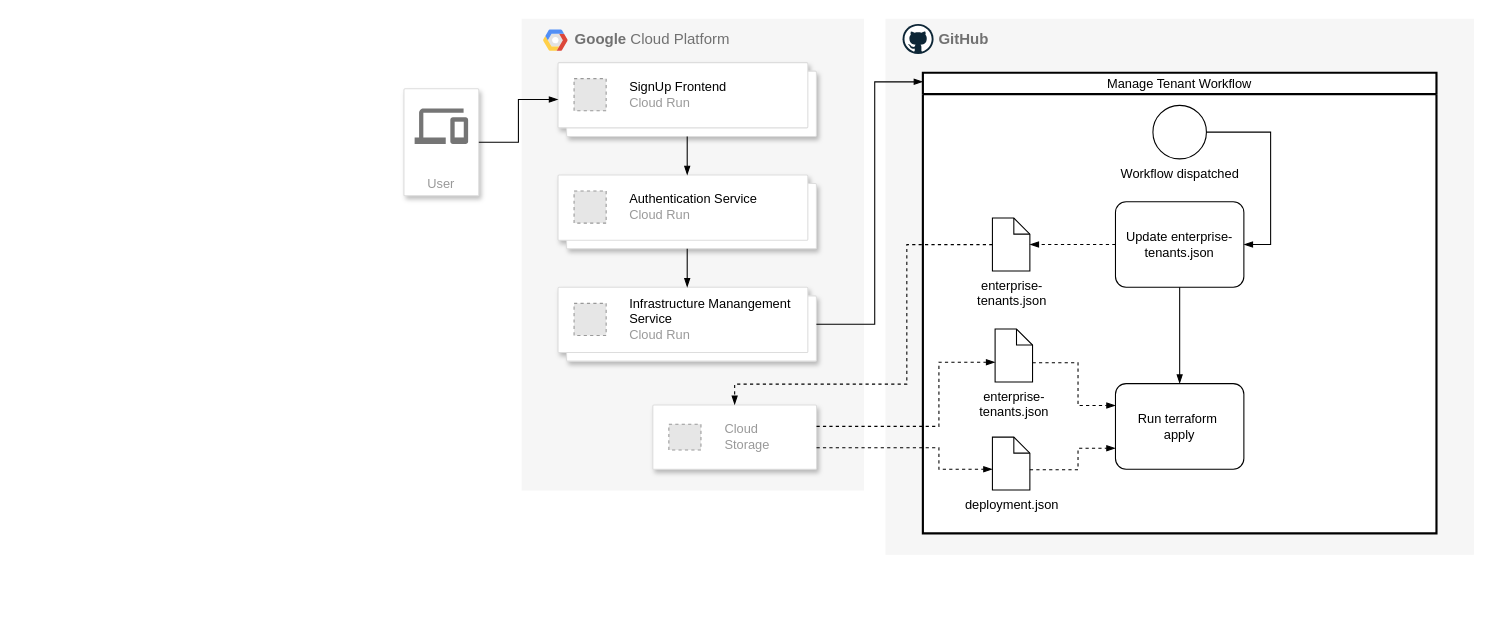
HTWG-Zeugs/park keeps this draw.io diagram as docs/final_submission/resources/createTenant.drawio. Above is the earlier version. Source tidied: cells renumbered, new cells numbered last; positions are measured from the earlier drawing's top-left corner, leaving out a move shared by most shapes. Both pictures are drawn from the tidied source at 107%, with x=0, y=0 at pixel (403, 18). Pictures stored in the file or linked from it are replaced by grey dashed boxes.
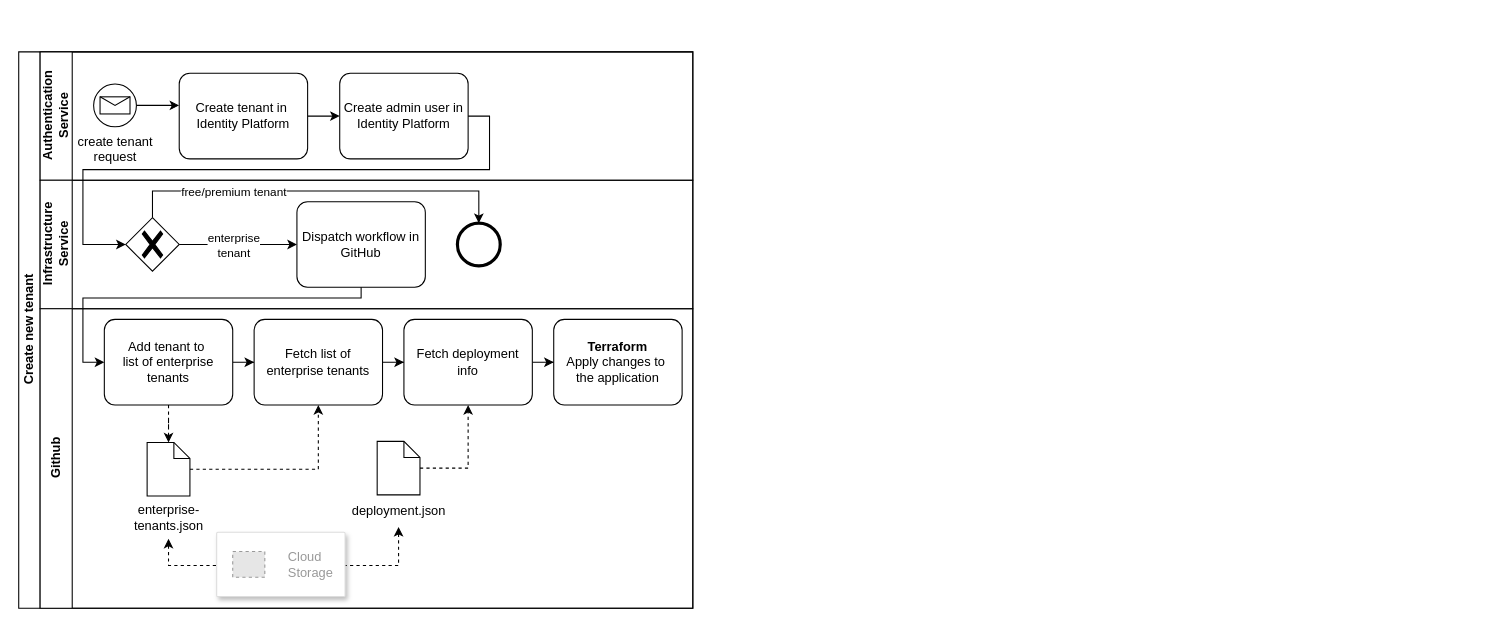
The same page after the edit.

Commit message (it also covers changes not shown here):
continue diagrams

Change to the diagram source:
```diff
@@
-    <mxCell id="2" value="&lt;b&gt;Google &lt;/b&gt;Cloud Platform" style="fillColor=#F6F6F6;strokeColor=none;shadow=0;gradientColor=none;fontSize=14;align=left;spacing=10;fontColor=#717171;9E9E9E;verticalAlign=top;spacingTop=-4;fontStyle=0;spacingLeft=40;html=1;" parent="1" vertex="1">
-      <mxGeometry x="110" width="320" height="441" as="geometry" />
-    </mxCell>
-    <mxCell id="3" style="shape=mxgraph.gcp2.google_cloud_platform;fillColor=#F6F6F6;strokeColor=none;shadow=0;gradientColor=none;" parent="2" vertex="1">
-      <mxGeometry width="23" height="20" relative="1" as="geometry">
-        <mxPoint x="20" y="10" as="offset" />
-      </mxGeometry>
-    </mxCell>
-    <mxCell id="4" style="shape=mxgraph.gcp2.doubleRect;strokeColor=#dddddd;shadow=1;strokeWidth=1;rounded=1;absoluteArcSize=1;arcSize=2;" parent="2" vertex="1">
-      <mxGeometry x="34" y="41" width="241.5" height="69" as="geometry" />
-    </mxCell>
-    <mxCell id="5" value="&lt;font color=&quot;#000000&quot;&gt;SignUp Frontend&lt;/font&gt;&lt;div&gt;Cloud Run&lt;/div&gt;" style="fillColor=#E6E6E6;strokeColor=#999999;dashed=1;html=1;fontColor=#999999;verticalLabelPosition=middle;verticalAlign=middle;labelPosition=right;align=left;spacingLeft=20;" parent="4" vertex="1">
-      <mxGeometry width="30" height="30" relative="1" as="geometry">
-        <mxPoint x="15" y="15" as="offset" />
-      </mxGeometry>
-    </mxCell>
-    <mxCell id="6" style="shape=mxgraph.gcp2.doubleRect;strokeColor=#dddddd;shadow=1;strokeWidth=1;rounded=1;absoluteArcSize=1;arcSize=2;" parent="2" vertex="1">
-      <mxGeometry x="34" y="146" width="241.5" height="69" as="geometry" />
-    </mxCell>
-    <mxCell id="7" value="&lt;font color=&quot;#000000&quot;&gt;Authentication Service&lt;/font&gt;&lt;div&gt;Cloud Run&lt;/div&gt;" style="fillColor=#E6E6E6;strokeColor=#999999;dashed=1;html=1;fontColor=#999999;verticalLabelPosition=middle;verticalAlign=middle;labelPosition=right;align=left;spacingLeft=20;" parent="6" vertex="1">
-      <mxGeometry width="30" height="30" relative="1" as="geometry">
-        <mxPoint x="15" y="15" as="offset" />
-      </mxGeometry>
-    </mxCell>
-    <mxCell id="8" style="edgeStyle=orthogonalEdgeStyle;fontSize=12;html=1;endArrow=blockThin;endFill=1;rounded=0;strokeWidth=1;endSize=6;startSize=6;dashed=0;strokeColor=#000000;" parent="2" edge="1" source="4" target="6">
-      <mxGeometry relative="1" as="geometry" />
-    </mxCell>
-    <mxCell id="9" style="shape=mxgraph.gcp2.doubleRect;strokeColor=#dddddd;shadow=1;strokeWidth=1;rounded=1;absoluteArcSize=1;arcSize=2;" parent="2" vertex="1">
-      <mxGeometry x="34" y="251" width="241.5" height="69" as="geometry" />
-    </mxCell>
-    <mxCell id="10" value="&lt;font color=&quot;#000000&quot;&gt;Infrastructure Manangement&lt;/font&gt;&lt;div&gt;&lt;font color=&quot;#000000&quot;&gt;Service&lt;/font&gt;&lt;div&gt;Cloud Run&lt;/div&gt;&lt;/div&gt;" style="fillColor=#E6E6E6;strokeColor=#999999;dashed=1;html=1;fontColor=#999999;verticalLabelPosition=middle;verticalAlign=middle;labelPosition=right;align=left;spacingLeft=20;" parent="9" vertex="1">
-      <mxGeometry width="30" height="30" relative="1" as="geometry">
-        <mxPoint x="15" y="15" as="offset" />
-      </mxGeometry>
-    </mxCell>
-    <mxCell id="11" style="edgeStyle=orthogonalEdgeStyle;fontSize=12;html=1;endArrow=blockThin;endFill=1;rounded=0;strokeWidth=1;endSize=6;startSize=6;dashed=0;strokeColor=#000000;" parent="2" edge="1" source="6" target="9">
-      <mxGeometry relative="1" as="geometry" />
-    </mxCell>
-    <mxCell id="12" style="strokeColor=#dddddd;shadow=1;strokeWidth=1;rounded=1;absoluteArcSize=1;arcSize=2;" parent="2" vertex="1">
-      <mxGeometry x="122.6" y="361" width="153" height="60" as="geometry" />
-    </mxCell>
+    <mxCell id="35" value="Create new tenant" style="swimlane;html=1;horizontal=0;startSize=20;" parent="1" vertex="1">
+      <mxGeometry x="-360" y="31" width="630" height="520" as="geometry" />
+    </mxCell>
+    <mxCell id="36" value="Authentication&lt;div&gt;Service&lt;/div&gt;" style="swimlane;html=1;startSize=30;horizontal=0;labelBackgroundColor=none;" parent="35" vertex="1">
+      <mxGeometry x="20" width="610" height="120" as="geometry" />
+    </mxCell>
+    <mxCell id="37" style="edgeStyle=orthogonalEdgeStyle;rounded=0;jettySize=auto;html=1;" parent="36" edge="1" source="38" target="40">
+      <mxGeometry relative="1" as="geometry">
+        <Array as="points">
+          <mxPoint x="120" y="50" />
+          <mxPoint x="120" y="50" />
+        </Array>
+      </mxGeometry>
+    </mxCell>
+    <mxCell id="38" value="&lt;span&gt;create tenant&lt;/span&gt;&lt;div&gt;&lt;span&gt;request&lt;/span&gt;&lt;/div&gt;" style="points=[[0.145,0.145,0],[0.5,0,0],[0.855,0.145,0],[1,0.5,0],[0.855,0.855,0],[0.5,1,0],[0.145,0.855,0],[0,0.5,0]];shape=mxgraph.bpmn.event;html=1;verticalLabelPosition=bottom;labelBackgroundColor=#ffffff;verticalAlign=top;align=center;perimeter=ellipsePerimeter;outlineConnect=0;outline=standard;symbol=message;" parent="36" vertex="1">
+      <mxGeometry x="50" y="30" width="40" height="40" as="geometry" />
+    </mxCell>
+    <mxCell id="39" style="edgeStyle=orthogonalEdgeStyle;rounded=0;jettySize=auto;html=1;" parent="36" edge="1" source="40" target="41">
+      <mxGeometry relative="1" as="geometry" />
+    </mxCell>
+    <mxCell id="40" value="Create tenant in&amp;nbsp;&lt;div&gt;Identity Platform&lt;/div&gt;" style="points=[[0.25,0,0],[0.5,0,0],[0.75,0,0],[1,0.25,0],[1,0.5,0],[1,0.75,0],[0.75,1,0],[0.5,1,0],[0.25,1,0],[0,0.75,0],[0,0.5,0],[0,0.25,0]];shape=mxgraph.bpmn.task;whiteSpace=wrap;rectStyle=rounded;size=10;html=1;taskMarker=abstract;" parent="36" vertex="1">
+      <mxGeometry x="130" y="20" width="120" height="80" as="geometry" />
+    </mxCell>
+    <mxCell id="41" value="Create admin user in Identity Platform" style="points=[[0.25,0,0],[0.5,0,0],[0.75,0,0],[1,0.25,0],[1,0.5,0],[1,0.75,0],[0.75,1,0],[0.5,1,0],[0.25,1,0],[0,0.75,0],[0,0.5,0],[0,0.25,0]];shape=mxgraph.bpmn.task;whiteSpace=wrap;rectStyle=rounded;size=10;html=1;taskMarker=abstract;" parent="36" vertex="1">
+      <mxGeometry x="280" y="20" width="120" height="80" as="geometry" />
+    </mxCell>
+    <mxCell id="42" value="Infrastructure&lt;div&gt;Service&lt;/div&gt;" style="swimlane;html=1;startSize=30;horizontal=0;" parent="35" vertex="1">
+      <mxGeometry x="20" y="120" width="610" height="120" as="geometry" />
+    </mxCell>
+    <mxCell id="43" value="Dispatch workflow in GitHub" style="points=[[0.25,0,0],[0.5,0,0],[0.75,0,0],[1,0.25,0],[1,0.5,0],[1,0.75,0],[0.75,1,0],[0.5,1,0],[0.25,1,0],[0,0.75,0],[0,0.5,0],[0,0.25,0]];shape=mxgraph.bpmn.task;whiteSpace=wrap;rectStyle=rounded;size=10;html=1;taskMarker=abstract;" parent="42" vertex="1">
+      <mxGeometry x="240" y="20" width="120" height="80" as="geometry" />
+    </mxCell>
+    <mxCell id="44" style="edgeStyle=orthogonalEdgeStyle;rounded=0;jettySize=auto;html=1;" parent="42" edge="1" source="48" target="43">
+      <mxGeometry relative="1" as="geometry" />
+    </mxCell>
+    <mxCell id="45" value="enterprise&lt;div&gt;tenant&lt;/div&gt;" style="edgeLabel;html=1;align=center;verticalAlign=middle;" parent="44" vertex="1">
+      <mxGeometry x="-0.13" y="-2" relative="1" as="geometry">
+        <mxPoint x="2" y="-2" as="offset" />
+      </mxGeometry>
+    </mxCell>
+    <mxCell id="46" style="edgeStyle=orthogonalEdgeStyle;rounded=0;jettySize=auto;html=1;" parent="42" edge="1" source="48" target="49">
+      <mxGeometry relative="1" as="geometry">
+        <Array as="points">
+          <mxPoint x="105" y="10" />
+          <mxPoint x="410" y="10" />
+        </Array>
+      </mxGeometry>
+    </mxCell>
+    <mxCell id="47" value="free/premium tenant" style="edgeLabel;html=1;align=center;verticalAlign=middle;" parent="46" vertex="1">
+      <mxGeometry x="-0.6" y="2" relative="1" as="geometry">
+        <mxPoint x="28" y="2" as="offset" />
+      </mxGeometry>
+    </mxCell>
+    <mxCell id="48" style="points=[[0.25,0.25,0],[0.5,0,0],[0.75,0.25,0],[1,0.5,0],[0.75,0.75,0],[0.5,1,0],[0.25,0.75,0],[0,0.5,0]];shape=mxgraph.bpmn.gateway2;html=1;verticalLabelPosition=bottom;labelBackgroundColor=#ffffff;verticalAlign=top;align=center;perimeter=rhombusPerimeter;outlineConnect=0;outline=none;symbol=none;gwType=exclusive;" parent="42" vertex="1">
+      <mxGeometry x="80" y="35" width="50" height="50" as="geometry" />
+    </mxCell>
+    <mxCell id="49" style="points=[[0.145,0.145,0],[0.5,0,0],[0.855,0.145,0],[1,0.5,0],[0.855,0.855,0],[0.5,1,0],[0.145,0.855,0],[0,0.5,0]];shape=mxgraph.bpmn.event;html=1;verticalLabelPosition=bottom;labelBackgroundColor=#ffffff;verticalAlign=top;align=center;perimeter=ellipsePerimeter;outlineConnect=0;outline=end;symbol=terminate2;" parent="42" vertex="1">
+      <mxGeometry x="390" y="40" width="40" height="40" as="geometry" />
+    </mxCell>
+    <mxCell id="50" value="Github" style="swimlane;html=1;startSize=30;horizontal=0;" parent="35" vertex="1">
+      <mxGeometry x="20" y="240" width="610" height="280" as="geometry" />
+    </mxCell>
+    <mxCell id="51" style="edgeStyle=orthogonalEdgeStyle;rounded=0;jettySize=auto;html=1;dashed=1;" parent="50" edge="1" source="53" target="55">
+      <mxGeometry relative="1" as="geometry" />
+    </mxCell>
+    <mxCell id="52" style="edgeStyle=orthogonalEdgeStyle;rounded=0;jettySize=auto;html=1;" parent="50" edge="1" source="53" target="59">
+      <mxGeometry relative="1" as="geometry" />
+    </mxCell>
+    <mxCell id="53" value="Add tenant to&amp;nbsp;&lt;div&gt;list of enterprise tenants&lt;/div&gt;" style="points=[[0.25,0,0],[0.5,0,0],[0.75,0,0],[1,0.25,0],[1,0.5,0],[1,0.75,0],[0.75,1,0],[0.5,1,0],[0.25,1,0],[0,0.75,0],[0,0.5,0],[0,0.25,0]];shape=mxgraph.bpmn.task;whiteSpace=wrap;rectStyle=rounded;size=10;html=1;taskMarker=abstract;" parent="50" vertex="1">
+      <mxGeometry x="60" y="10" width="120" height="80" as="geometry" />
+    </mxCell>
+    <mxCell id="54" style="edgeStyle=orthogonalEdgeStyle;rounded=0;jettySize=auto;html=1;dashed=1;" parent="50" edge="1" source="55" target="59">
+      <mxGeometry relative="1" as="geometry" />
+    </mxCell>
+    <mxCell id="55" style="shape=mxgraph.bpmn.data;labelPosition=center;verticalLabelPosition=bottom;align=center;verticalAlign=top;size=15;html=1;" parent="50" vertex="1">
+      <mxGeometry x="100" y="125" width="40" height="50" as="geometry" />
+    </mxCell>
+    <mxCell id="56" style="edgeStyle=orthogonalEdgeStyle;rounded=0;jettySize=auto;html=1;dashed=1;startArrow=classic;startFill=1;endArrow=none;endFill=0;" parent="50" edge="1" source="57" target="65">
+      <mxGeometry relative="1" as="geometry">
+        <Array as="points">
+          <mxPoint x="120" y="240" />
+        </Array>
+      </mxGeometry>
+    </mxCell>
+    <mxCell id="57" value="enterprise-&lt;div&gt;tenants.json&lt;/div&gt;" style="text;html=1;align=center;verticalAlign=middle;points=[];strokeColor=none;fillColor=none;" parent="50" vertex="1">
+      <mxGeometry x="75" y="175" width="90" height="40" as="geometry" />
+    </mxCell>
+    <mxCell id="58" style="edgeStyle=orthogonalEdgeStyle;rounded=0;jettySize=auto;html=1;" parent="50" edge="1" source="59" target="61">
+      <mxGeometry relative="1" as="geometry" />
+    </mxCell>
+    <mxCell id="59" value="Fetch list of enterprise tenants" style="points=[[0.25,0,0],[0.5,0,0],[0.75,0,0],[1,0.25,0],[1,0.5,0],[1,0.75,0],[0.75,1,0],[0.5,1,0],[0.25,1,0],[0,0.75,0],[0,0.5,0],[0,0.25,0]];shape=mxgraph.bpmn.task;whiteSpace=wrap;rectStyle=rounded;size=10;html=1;taskMarker=abstract;" parent="50" vertex="1">
+      <mxGeometry x="200" y="10" width="120" height="80" as="geometry" />
+    </mxCell>
+    <mxCell id="60" style="edgeStyle=orthogonalEdgeStyle;rounded=0;jettySize=auto;html=1;" parent="50" edge="1" source="61" target="66">
+      <mxGeometry relative="1" as="geometry" />
+    </mxCell>
+    <mxCell id="61" value="Fetch deployment info" style="points=[[0.25,0,0],[0.5,0,0],[0.75,0,0],[1,0.25,0],[1,0.5,0],[1,0.75,0],[0.75,1,0],[0.5,1,0],[0.25,1,0],[0,0.75,0],[0,0.5,0],[0,0.25,0]];shape=mxgraph.bpmn.task;whiteSpace=wrap;rectStyle=rounded;size=10;html=1;taskMarker=abstract;" parent="50" vertex="1">
+      <mxGeometry x="340" y="10" width="120" height="80" as="geometry" />
+    </mxCell>
+    <mxCell id="62" style="edgeStyle=orthogonalEdgeStyle;rounded=0;jettySize=auto;html=1;dashed=1;" parent="50" edge="1" source="63" target="61">
+      <mxGeometry relative="1" as="geometry">
+        <Array as="points">
+          <mxPoint x="400" y="149" />
+        </Array>
+      </mxGeometry>
+    </mxCell>
+    <mxCell id="63" style="shape=mxgraph.bpmn.data;labelPosition=center;verticalLabelPosition=bottom;align=center;verticalAlign=top;size=15;html=1;" parent="50" vertex="1">
+      <mxGeometry x="315" y="124" width="40" height="50" as="geometry" />
+    </mxCell>
+    <mxCell id="64" style="edgeStyle=orthogonalEdgeStyle;rounded=0;jettySize=auto;html=1;dashed=1;startArrow=classic;startFill=1;endArrow=none;endFill=0;" parent="50" edge="1" source="27" target="65">
+      <mxGeometry relative="1" as="geometry">
+        <Array as="points">
+          <mxPoint x="335" y="240" />
+        </Array>
+      </mxGeometry>
+    </mxCell>
+    <mxCell id="27" value="deployment.json" style="text;html=1;align=center;verticalAlign=middle;points=[];strokeColor=none;fillColor=none;" parent="50" vertex="1">
+      <mxGeometry x="280" y="174" width="110" height="30" as="geometry" />
+    </mxCell>
+    <mxCell id="65" style="strokeColor=#dddddd;shadow=1;strokeWidth=1;rounded=1;absoluteArcSize=1;arcSize=2;" parent="50" vertex="1">
+      <mxGeometry x="165" y="209" width="120" height="60" as="geometry" />
+    </mxCell>
-    <mxCell id="13" value="Cloud&#10;Storage" style="fillColor=#E6E6E6;strokeColor=#999999;dashed=1;html=1;fontColor=#999999;verticalLabelPosition=middle;verticalAlign=middle;labelPosition=right;align=left;spacingLeft=20;" parent="12" vertex="1">
+    <mxCell id="13" value="Cloud&#10;Storage" style="fillColor=#E6E6E6;strokeColor=#999999;dashed=1;html=1;fontColor=#999999;verticalLabelPosition=middle;verticalAlign=middle;labelPosition=right;align=left;spacingLeft=20;" parent="65" vertex="1">
       <mxGeometry width="30" height="24" relative="1" as="geometry">
         <mxPoint x="15" y="18" as="offset" />
       </mxGeometry>
     </mxCell>
-    <mxCell id="14" value="User" style="strokeColor=#dddddd;fillColor=#ffffff;shadow=1;strokeWidth=1;rounded=1;absoluteArcSize=1;arcSize=2;labelPosition=center;verticalLabelPosition=middle;align=center;verticalAlign=bottom;spacingLeft=0;fontColor=#999999;fontSize=12;whiteSpace=wrap;spacingBottom=2;html=1;" parent="1" vertex="1">
-      <mxGeometry y="65.5" width="70" height="100" as="geometry" />
-    </mxCell>
-    <mxCell id="15" style="dashed=0;html=1;fillColor=#757575;strokeColor=none;shape=mxgraph.gcp2.desktop_and_mobile;" parent="14" vertex="1">
-      <mxGeometry x="0.5" width="50" height="33" relative="1" as="geometry">
-        <mxPoint x="-25" y="18.5" as="offset" />
-      </mxGeometry>
-    </mxCell>
-    <mxCell id="16" style="edgeStyle=orthogonalEdgeStyle;fontSize=12;html=1;endArrow=blockThin;endFill=1;rounded=0;strokeWidth=1;endSize=6;startSize=6;dashed=0;strokeColor=#000000;" parent="1" edge="1" source="14" target="4">
-      <mxGeometry relative="1" as="geometry" />
-    </mxCell>
-    <mxCell id="17" value="&lt;b&gt;GitHub&lt;/b&gt;" style="fillColor=#F6F6F6;strokeColor=none;shadow=0;gradientColor=none;fontSize=14;align=left;spacing=10;fontColor=#717171;9E9E9E;verticalAlign=top;spacingTop=-4;fontStyle=0;spacingLeft=40;html=1;whiteSpace=wrap;" parent="1" vertex="1">
-      <mxGeometry x="450" width="550" height="501" as="geometry" />
-    </mxCell>
-    <mxCell id="18" style="dashed=0;html=1;align=center;labelPosition=center;verticalLabelPosition=bottom;verticalAlign=top;shape=mxgraph.weblogos.github;" parent="1" vertex="1">
-      <mxGeometry x="466" y="5" width="29" height="28" as="geometry" />
-    </mxCell>
-    <mxCell id="19" value="Manage Tenant Workflow" style="swimlane;html=1;startSize=20;fontStyle=0;horizontal=1;swimlaneLine=1;strokeWidth=2;swimlaneFillColor=#ffffff;whiteSpace=wrap;" parent="1" vertex="1">
-      <mxGeometry x="485" y="50.5" width="480" height="430.5" as="geometry" />
-    </mxCell>
-    <mxCell id="20" value="Workflow dispatched" style="points=[[0.145,0.145,0],[0.5,0,0],[0.855,0.145,0],[1,0.5,0],[0.855,0.855,0],[0.5,1,0],[0.145,0.855,0],[0,0.5,0]];shape=mxgraph.bpmn.event;html=1;verticalLabelPosition=bottom;labelBackgroundColor=#ffffff;verticalAlign=top;align=center;perimeter=ellipsePerimeter;outlineConnect=0;outline=standard;symbol=general;" parent="19" vertex="1">
-      <mxGeometry x="215" y="30.5" width="50" height="50" as="geometry" />
-    </mxCell>
-    <mxCell id="21" value="Update enterprise-tenants.json" style="points=[[0.25,0,0],[0.5,0,0],[0.75,0,0],[1,0.25,0],[1,0.5,0],[1,0.75,0],[0.75,1,0],[0.5,1,0],[0.25,1,0],[0,0.75,0],[0,0.5,0],[0,0.25,0]];shape=mxgraph.bpmn.task;whiteSpace=wrap;rectStyle=rounded;size=10;html=1;taskMarker=abstract;" parent="19" vertex="1">
-      <mxGeometry x="180" y="120.5" width="120" height="80" as="geometry" />
-    </mxCell>
-    <mxCell id="22" style="edgeStyle=elbowEdgeStyle;fontSize=12;html=1;endArrow=blockThin;endFill=1;rounded=0;" parent="19" edge="1" source="20" target="21">
-      <mxGeometry relative="1" as="geometry">
-        <Array as="points">
-          <mxPoint x="325" y="111" />
-        </Array>
-      </mxGeometry>
-    </mxCell>
-    <mxCell id="23" value="enterprise-&lt;div&gt;&lt;span style=&quot;background-color: transparent; color: light-dark(rgb(0, 0, 0), rgb(255, 255, 255));&quot;&gt;tenants.json&lt;/span&gt;&lt;/div&gt;" style="shape=mxgraph.bpmn.data;labelPosition=center;verticalLabelPosition=bottom;align=center;verticalAlign=top;size=15;html=1;" parent="19" vertex="1">
-      <mxGeometry x="65" y="135.8" width="35" height="49.5" as="geometry" />
-    </mxCell>
-    <mxCell id="24" style="edgeStyle=elbowEdgeStyle;fontSize=12;html=1;endArrow=blockThin;endFill=1;rounded=0;dashed=1;" parent="19" edge="1" source="21" target="23">
-      <mxGeometry relative="1" as="geometry" />
-    </mxCell>
-    <mxCell id="25" value="Run terraform&amp;nbsp;&lt;div&gt;apply&lt;/div&gt;" style="points=[[0.25,0,0],[0.5,0,0],[0.75,0,0],[1,0.25,0],[1,0.5,0],[1,0.75,0],[0.75,1,0],[0.5,1,0],[0.25,1,0],[0,0.75,0],[0,0.5,0],[0,0.25,0]];shape=mxgraph.bpmn.task;whiteSpace=wrap;rectStyle=rounded;size=10;html=1;taskMarker=abstract;" parent="19" vertex="1">
-      <mxGeometry x="180" y="290.5" width="120" height="80" as="geometry" />
-    </mxCell>
-    <mxCell id="26" style="edgeStyle=elbowEdgeStyle;fontSize=12;html=1;endArrow=blockThin;endFill=1;rounded=0;" parent="19" edge="1" source="21" target="25">
-      <mxGeometry relative="1" as="geometry" />
-    </mxCell>
-    <mxCell id="27" value="deployment.json" style="shape=mxgraph.bpmn.data;labelPosition=center;verticalLabelPosition=bottom;align=center;verticalAlign=top;size=15;html=1;" parent="19" vertex="1">
-      <mxGeometry x="65" y="340.5" width="35" height="49.5" as="geometry" />
-    </mxCell>
-    <mxCell id="28" value="enterprise-&lt;div&gt;tenants.json&lt;/div&gt;" style="shape=mxgraph.bpmn.data;labelPosition=center;verticalLabelPosition=bottom;align=center;verticalAlign=top;size=15;html=1;" parent="19" vertex="1">
-      <mxGeometry x="67.5" y="239.5" width="35" height="49.5" as="geometry" />
-    </mxCell>
-    <mxCell id="29" style="endArrow=blockThin;html=1;rounded=0;edgeStyle=orthogonalEdgeStyle;dashed=1;endFill=1;" parent="19" edge="1" source="28" target="25">
-      <mxGeometry relative="1" as="geometry">
-        <Array as="points">
-          <mxPoint x="145" y="271" />
-          <mxPoint x="145" y="311" />
-        </Array>
-      </mxGeometry>
-    </mxCell>
-    <mxCell id="30" style="edgeStyle=orthogonalEdgeStyle;fontSize=12;html=1;endArrow=blockThin;endFill=1;rounded=0;dashed=1;elbow=vertical;" parent="19" edge="1" source="23">
-      <mxGeometry relative="1" as="geometry">
-        <mxPoint x="-175.9" y="310.2" as="targetPoint" />
-        <Array as="points">
-          <mxPoint x="-15" y="161" />
-          <mxPoint x="-15" y="291" />
-          <mxPoint x="-176" y="291" />
-        </Array>
-      </mxGeometry>
-    </mxCell>
-    <mxCell id="31" style="edgeStyle=orthogonalEdgeStyle;fontSize=12;html=1;endArrow=blockThin;endFill=1;rounded=0;dashed=1;elbow=vertical;" parent="19" edge="1" source="27" target="25">
-      <mxGeometry relative="1" as="geometry">
-        <Array as="points">
-          <mxPoint x="145" y="371" />
-          <mxPoint x="145" y="351" />
-        </Array>
-      </mxGeometry>
-    </mxCell>
-    <mxCell id="32" style="edgeStyle=orthogonalEdgeStyle;fontSize=12;html=1;endArrow=blockThin;endFill=1;rounded=0;strokeWidth=1;endSize=6;startSize=6;dashed=0;strokeColor=#000000;" parent="1" edge="1" source="9" target="19">
-      <mxGeometry relative="1" as="geometry">
-        <Array as="points">
-          <mxPoint x="440" y="286" />
-          <mxPoint x="440" y="59" />
-        </Array>
-      </mxGeometry>
-    </mxCell>
-    <mxCell id="33" style="edgeStyle=orthogonalEdgeStyle;fontSize=12;html=1;endArrow=blockThin;endFill=1;rounded=0;dashed=1;elbow=vertical;" parent="1" edge="1" source="12" target="27">
-      <mxGeometry relative="1" as="geometry">
-        <Array as="points">
-          <mxPoint x="500" y="401" />
-          <mxPoint x="500" y="421" />
-        </Array>
-      </mxGeometry>
-    </mxCell>
-    <mxCell id="34" style="edgeStyle=orthogonalEdgeStyle;fontSize=12;html=1;endArrow=blockThin;endFill=1;rounded=0;dashed=1;elbow=vertical;" parent="1" edge="1" source="12" target="28">
-      <mxGeometry relative="1" as="geometry">
-        <Array as="points">
-          <mxPoint x="500" y="381" />
-          <mxPoint x="500" y="321" />
-        </Array>
-      </mxGeometry>
-    </mxCell>
+    <mxCell id="66" value="&lt;div&gt;&lt;b&gt;Terraform&lt;/b&gt;&lt;/div&gt;Apply changes to&amp;nbsp;&lt;div&gt;the application&lt;/div&gt;" style="points=[[0.25,0,0],[0.5,0,0],[0.75,0,0],[1,0.25,0],[1,0.5,0],[1,0.75,0],[0.75,1,0],[0.5,1,0],[0.25,1,0],[0,0.75,0],[0,0.5,0],[0,0.25,0]];shape=mxgraph.bpmn.task;whiteSpace=wrap;rectStyle=rounded;size=10;html=1;taskMarker=abstract;" parent="50" vertex="1">
+      <mxGeometry x="480" y="10" width="120" height="80" as="geometry" />
+    </mxCell>
+    <mxCell id="67" style="edgeStyle=orthogonalEdgeStyle;rounded=0;jettySize=auto;html=1;" parent="35" edge="1" source="41" target="48">
+      <mxGeometry relative="1" as="geometry">
+        <Array as="points">
+          <mxPoint x="440" y="60" />
+          <mxPoint x="440" y="110" />
+          <mxPoint x="60" y="110" />
+          <mxPoint x="60" y="180" />
+        </Array>
+      </mxGeometry>
+    </mxCell>
+    <mxCell id="68" style="edgeStyle=orthogonalEdgeStyle;rounded=0;jettySize=auto;html=1;entryX=0;entryY=0.5;entryDx=0;entryDy=0;entryPerimeter=0;" parent="35" edge="1" source="43" target="53">
+      <mxGeometry relative="1" as="geometry">
+        <Array as="points">
+          <mxPoint x="320" y="230" />
+          <mxPoint x="60" y="230" />
+          <mxPoint x="60" y="290" />
+        </Array>
+      </mxGeometry>
+    </mxCell>
```
